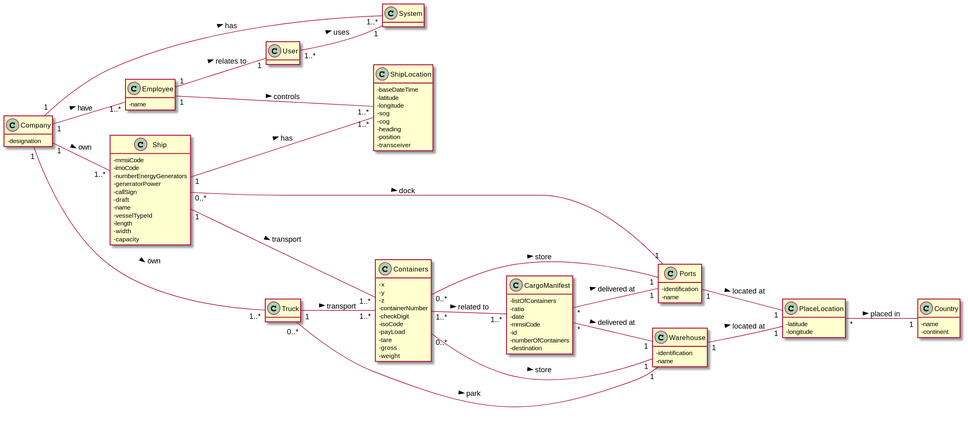
The PlantUML diagram docs/DM.svg in 0franciscor/lapr3-2021-g042, before a commit.
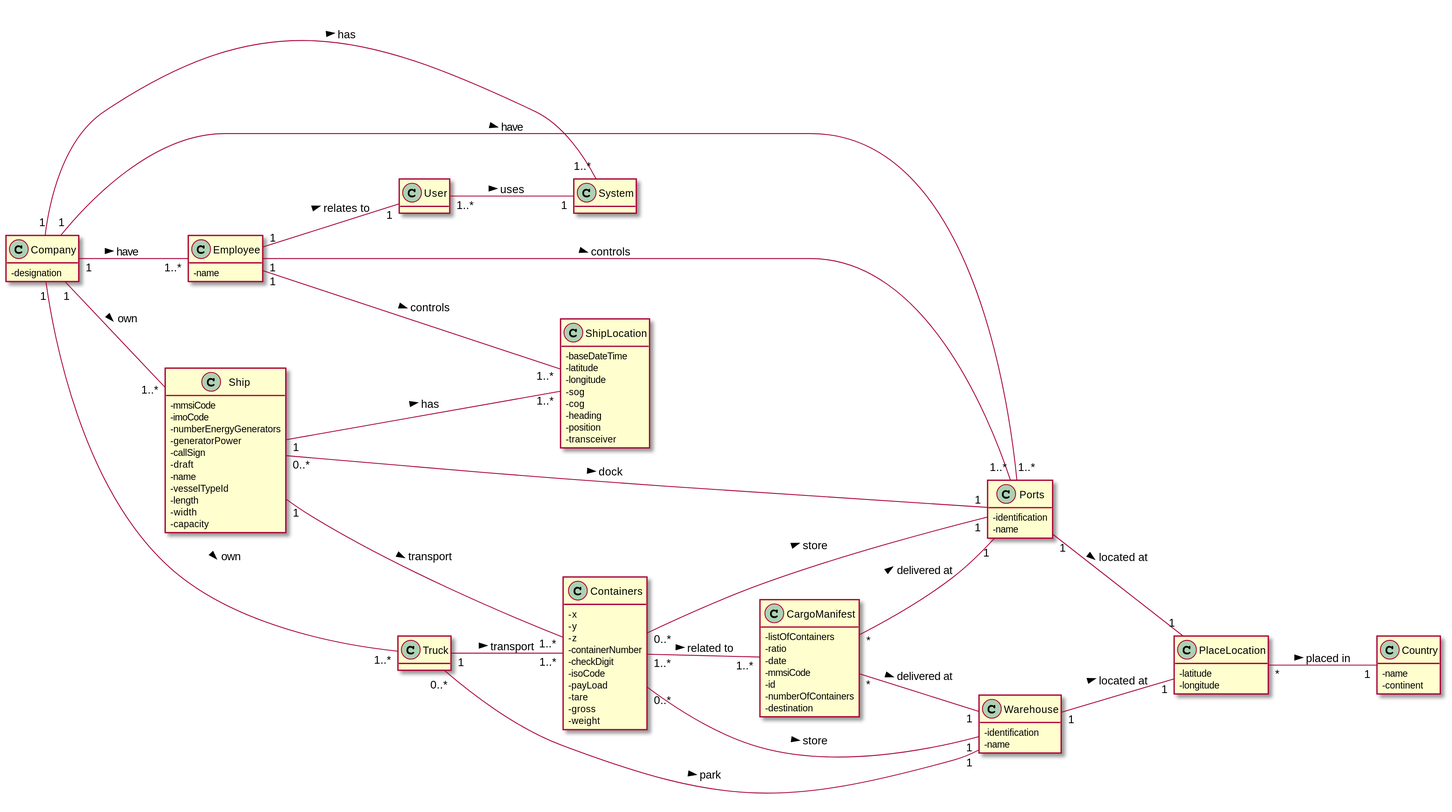
After the commit.

What changed in the source:
```diff
@@ -93,6 +93,7 @@
 Company "1" - "1..*" System : has >
 Company "1"--"1..*" Employee: have >
 Company "1"--"1..*" Truck: own >
+Company "1"--"1..*" Ports: have >
 
 Containers "1..*"--"1..*" CargoManifest: related to >
 Containers "0..*"--"1" Ports: store >
@@ -108,6 +109,7 @@
 
 Employee "1" --- "1..*" ShipLocation : controls >
 Employee "1" -- "1" User : relates to >
+Employee "1" --- "1..*" Ports : controls >
 
 Truck "1"--"1..*" Containers : transport >
 Truck "0..*"--"1" Warehouse: park >
```
